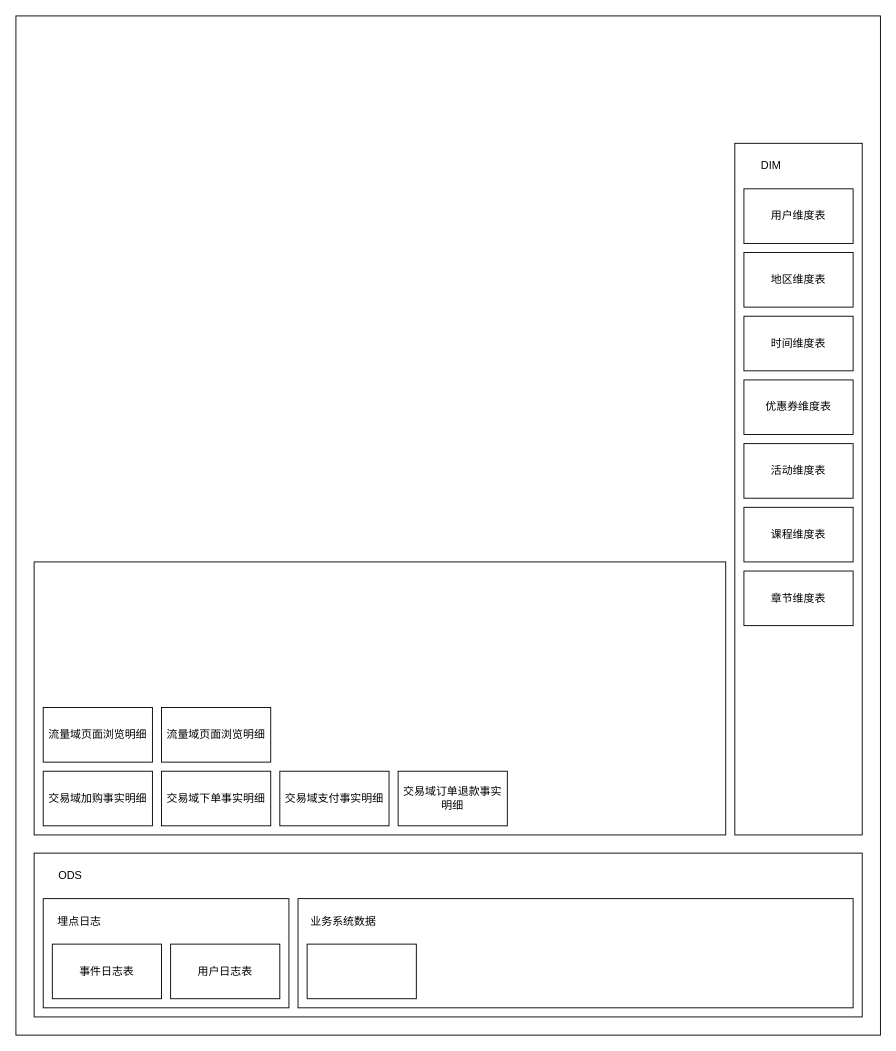
Before: 离线数仓分层架构.drawio in Jacoulin/draw, a draw.io diagram. Source tidied: cells renumbered, new cells numbered last; positions are measured from the earlier drawing's top-left corner, leaving out a move shared by most shapes. Both pictures are drawn from the tidied source at 91%, with x=0, y=0 at pixel (15, 15).
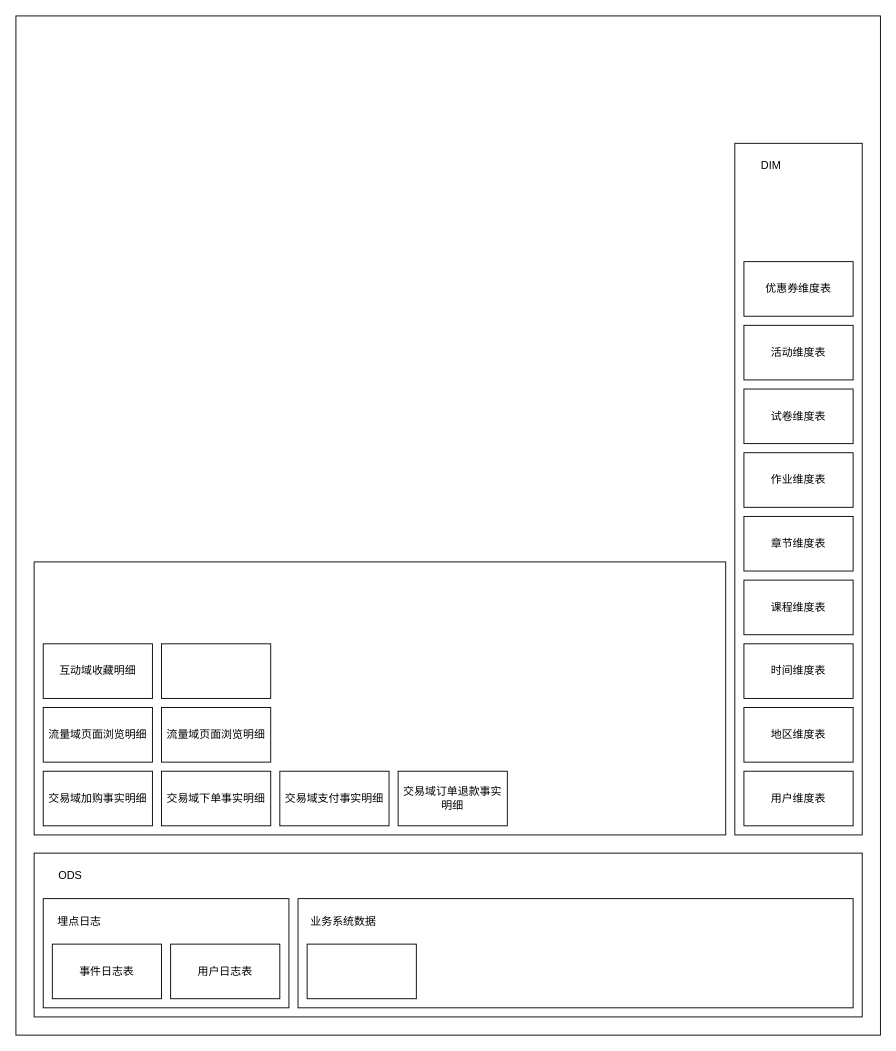
The same diagram, later.

Commit message:
更新离线数仓分层架构.drawio

The edit, as a diff of the source:
```diff
@@
     <mxCell id="20" value="用户维度表" style="rounded=0;whiteSpace=wrap;html=1;" parent="1" vertex="1">
-      <mxGeometry x="800" y="190" width="120" height="60" as="geometry" />
+      <mxGeometry x="800" y="830" width="120" height="60" as="geometry" />
     </mxCell>
     <mxCell id="21" value="课程维度表" style="rounded=0;whiteSpace=wrap;html=1;" parent="1" vertex="1">
-      <mxGeometry x="800" y="540" width="120" height="60" as="geometry" />
+      <mxGeometry x="800" y="620" width="120" height="60" as="geometry" />
     </mxCell>
     <mxCell id="22" value="章节维度表" style="rounded=0;whiteSpace=wrap;html=1;" parent="1" vertex="1">
-      <mxGeometry x="800" y="610" width="120" height="60" as="geometry" />
+      <mxGeometry x="800" y="550" width="120" height="60" as="geometry" />
     </mxCell>
@@
     <mxCell id="24" value="优惠券维度表" style="rounded=0;whiteSpace=wrap;html=1;" parent="1" vertex="1">
-      <mxGeometry x="800" y="400" width="120" height="60" as="geometry" />
+      <mxGeometry x="800" y="270" width="120" height="60" as="geometry" />
     </mxCell>
     <mxCell id="25" value="活动维度表" style="rounded=0;whiteSpace=wrap;html=1;" parent="1" vertex="1">
-      <mxGeometry x="800" y="470" width="120" height="60" as="geometry" />
+      <mxGeometry x="800" y="340" width="120" height="60" as="geometry" />
     </mxCell>
     <mxCell id="26" value="地区维度表" style="rounded=0;whiteSpace=wrap;html=1;" parent="1" vertex="1">
-      <mxGeometry x="800" y="260" width="120" height="60" as="geometry" />
+      <mxGeometry x="800" y="760" width="120" height="60" as="geometry" />
     </mxCell>
     <mxCell id="27" value="时间维度表" style="rounded=0;whiteSpace=wrap;html=1;" parent="1" vertex="1">
-      <mxGeometry x="800" y="330" width="120" height="60" as="geometry" />
+      <mxGeometry x="800" y="690" width="120" height="60" as="geometry" />
     </mxCell>
+    <mxCell id="28" value="试卷维度表" style="rounded=0;whiteSpace=wrap;html=1;" parent="1" vertex="1">
+      <mxGeometry x="800" y="410" width="120" height="60" as="geometry" />
+    </mxCell>
+    <mxCell id="29" value="作业维度表" style="rounded=0;whiteSpace=wrap;html=1;" parent="1" vertex="1">
+      <mxGeometry x="800" y="480" width="120" height="60" as="geometry" />
+    </mxCell>
+    <mxCell id="30" value="互动域收藏明细" style="rounded=0;whiteSpace=wrap;html=1;" parent="1" vertex="1">
+      <mxGeometry x="30" y="690" width="120" height="60" as="geometry" />
+    </mxCell>
+    <mxCell id="31" style="rounded=0;whiteSpace=wrap;html=1;" parent="1" vertex="1">
+      <mxGeometry x="160" y="690" width="120" height="60" as="geometry" />
+    </mxCell>
```
